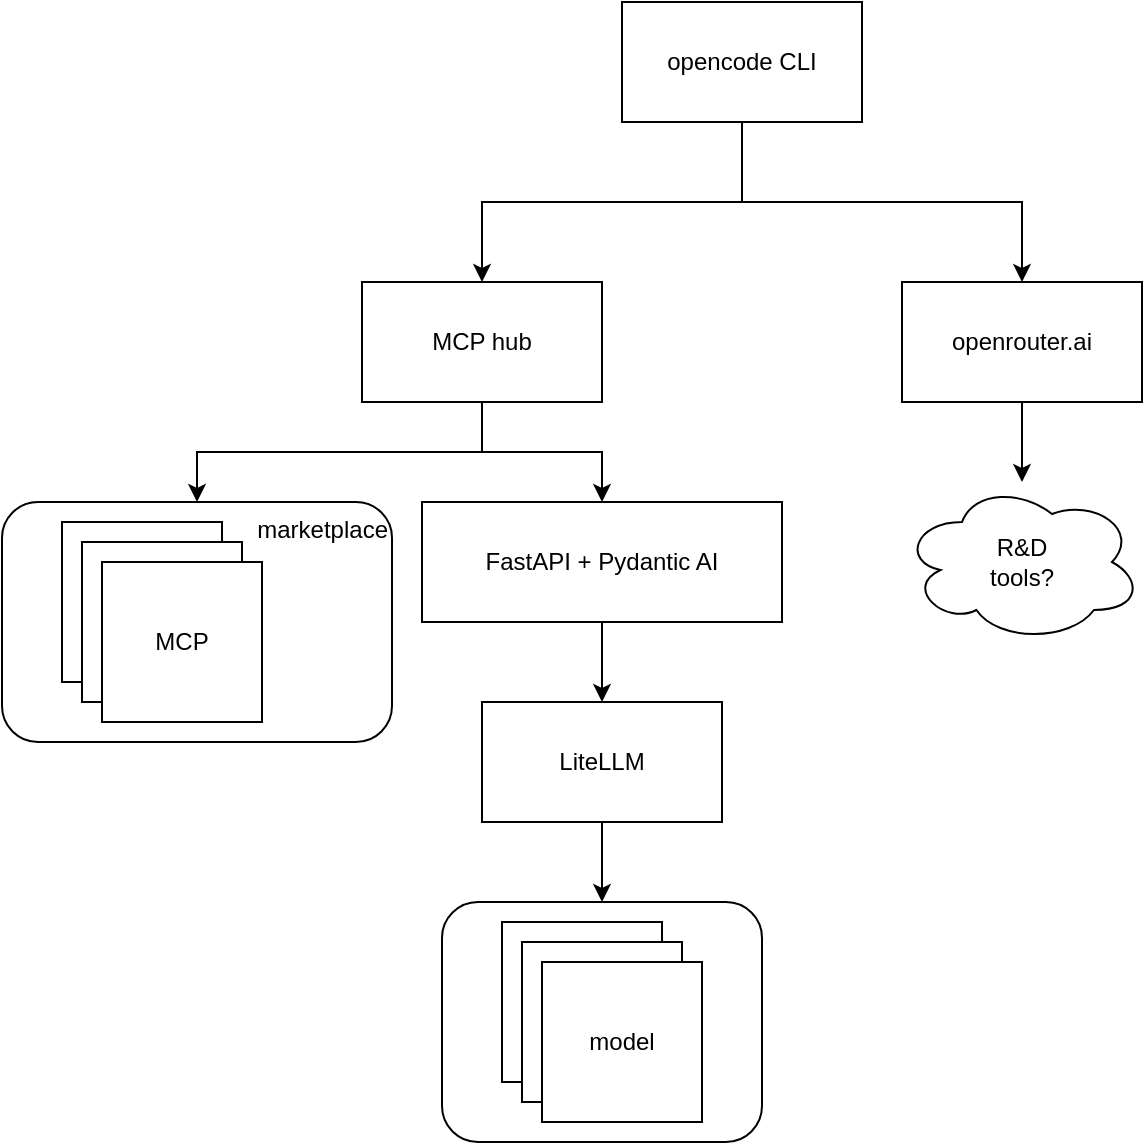
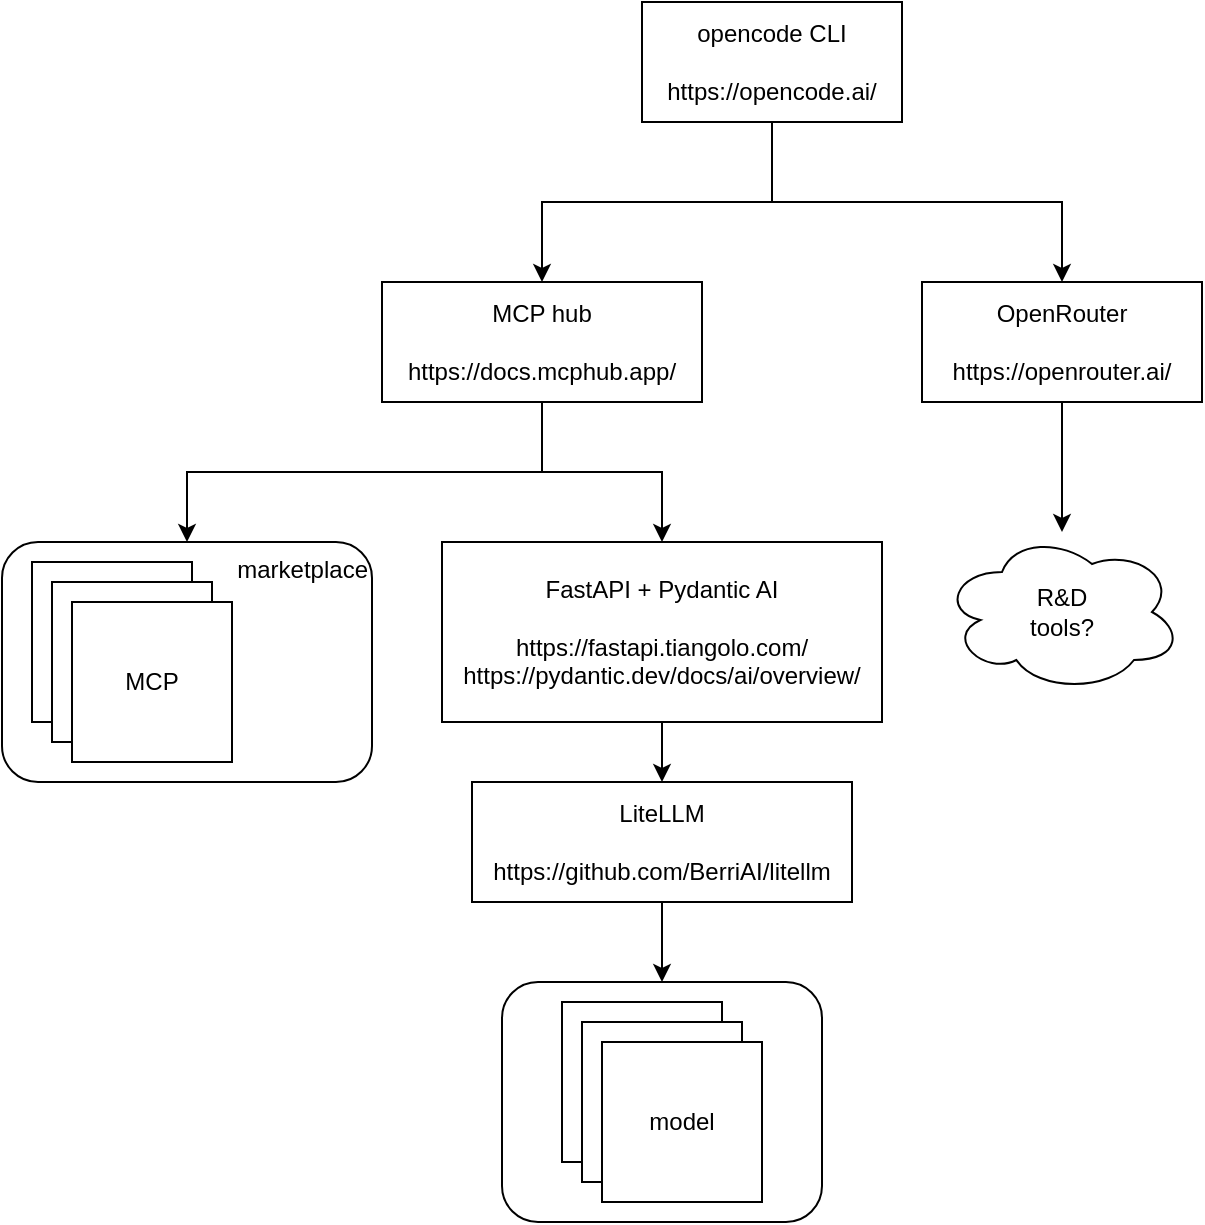
- <mxfile host="Electron">
-   <diagram name="Page-1" id="eoCcnYiY0moZGyWLbca1">
-     <mxGraphModel dx="1006" dy="748" grid="1" gridSize="10" guides="1" tooltips="1" connect="1" arrows="1" fold="1" page="1" pageScale="1" pageWidth="1169" pageHeight="827" math="0" shadow="0">
-       <root>
-         <mxCell id="0" />
-         <mxCell id="1" parent="0" />
-         <mxCell id="QunFR9r59bLeWJVrqa1z-16" parent="1" style="rounded=1;whiteSpace=wrap;html=1;" value="" vertex="1">
-           <mxGeometry height="120" width="160" x="270" y="530" as="geometry" />
-         </mxCell>
-         <mxCell id="QunFR9r59bLeWJVrqa1z-20" edge="1" parent="1" source="QunFR9r59bLeWJVrqa1z-1" style="edgeStyle=orthogonalEdgeStyle;rounded=0;orthogonalLoop=1;jettySize=auto;html=1;exitX=0.5;exitY=1;exitDx=0;exitDy=0;entryX=0.5;entryY=0;entryDx=0;entryDy=0;" target="QunFR9r59bLeWJVrqa1z-4">
-           <mxGeometry relative="1" as="geometry" />
-         </mxCell>
-         <mxCell id="QunFR9r59bLeWJVrqa1z-21" edge="1" parent="1" source="QunFR9r59bLeWJVrqa1z-1" style="edgeStyle=orthogonalEdgeStyle;rounded=0;orthogonalLoop=1;jettySize=auto;html=1;exitX=0.5;exitY=1;exitDx=0;exitDy=0;entryX=0.5;entryY=0;entryDx=0;entryDy=0;" target="QunFR9r59bLeWJVrqa1z-2">
-           <mxGeometry relative="1" as="geometry" />
-         </mxCell>
-         <mxCell id="QunFR9r59bLeWJVrqa1z-1" parent="1" style="rounded=0;whiteSpace=wrap;html=1;" value="opencode CLI" vertex="1">
-           <mxGeometry height="60" width="120" x="360" y="80" as="geometry" />
-         </mxCell>
-         <mxCell id="QunFR9r59bLeWJVrqa1z-22" edge="1" parent="1" source="QunFR9r59bLeWJVrqa1z-2" style="edgeStyle=orthogonalEdgeStyle;rounded=0;orthogonalLoop=1;jettySize=auto;html=1;exitX=0.5;exitY=1;exitDx=0;exitDy=0;" target="QunFR9r59bLeWJVrqa1z-3">
-           <mxGeometry relative="1" as="geometry" />
-         </mxCell>
-         <mxCell id="QunFR9r59bLeWJVrqa1z-2" parent="1" style="rounded=0;whiteSpace=wrap;html=1;" value="openrouter.ai" vertex="1">
-           <mxGeometry height="60" width="120" x="500" y="220" as="geometry" />
-         </mxCell>
-         <mxCell id="QunFR9r59bLeWJVrqa1z-3" parent="1" style="ellipse;shape=cloud;whiteSpace=wrap;html=1;" value="R&amp;amp;D&lt;div&gt;tools?&lt;/div&gt;" vertex="1">
-           <mxGeometry height="80" width="120" x="500" y="320" as="geometry" />
-         </mxCell>
-         <mxCell id="QunFR9r59bLeWJVrqa1z-17" edge="1" parent="1" source="QunFR9r59bLeWJVrqa1z-4" style="edgeStyle=orthogonalEdgeStyle;rounded=0;orthogonalLoop=1;jettySize=auto;html=1;exitX=0.5;exitY=1;exitDx=0;exitDy=0;entryX=0.5;entryY=0;entryDx=0;entryDy=0;" target="QunFR9r59bLeWJVrqa1z-5">
-           <mxGeometry relative="1" as="geometry" />
-         </mxCell>
-         <mxCell id="QunFR9r59bLeWJVrqa1z-28" edge="1" parent="1" source="QunFR9r59bLeWJVrqa1z-4" style="edgeStyle=orthogonalEdgeStyle;rounded=0;orthogonalLoop=1;jettySize=auto;html=1;exitX=0.5;exitY=1;exitDx=0;exitDy=0;entryX=0.5;entryY=0;entryDx=0;entryDy=0;" target="QunFR9r59bLeWJVrqa1z-23">
-           <mxGeometry relative="1" as="geometry" />
-         </mxCell>
-         <mxCell id="QunFR9r59bLeWJVrqa1z-4" parent="1" style="rounded=0;whiteSpace=wrap;html=1;" value="MCP hub" vertex="1">
-           <mxGeometry height="60" width="120" x="230" y="220" as="geometry" />
-         </mxCell>
-         <mxCell id="QunFR9r59bLeWJVrqa1z-18" edge="1" parent="1" source="QunFR9r59bLeWJVrqa1z-5" style="edgeStyle=orthogonalEdgeStyle;rounded=0;orthogonalLoop=1;jettySize=auto;html=1;exitX=0.5;exitY=1;exitDx=0;exitDy=0;entryX=0.5;entryY=0;entryDx=0;entryDy=0;" target="QunFR9r59bLeWJVrqa1z-7">
-           <mxGeometry relative="1" as="geometry" />
-         </mxCell>
-         <mxCell id="QunFR9r59bLeWJVrqa1z-5" parent="1" style="rounded=0;whiteSpace=wrap;html=1;" value="FastAPI + Pydantic AI" vertex="1">
-           <mxGeometry height="60" width="180" x="260" y="330" as="geometry" />
-         </mxCell>
-         <mxCell id="QunFR9r59bLeWJVrqa1z-19" edge="1" parent="1" source="QunFR9r59bLeWJVrqa1z-7" style="edgeStyle=orthogonalEdgeStyle;rounded=0;orthogonalLoop=1;jettySize=auto;html=1;exitX=0.5;exitY=1;exitDx=0;exitDy=0;entryX=0.5;entryY=0;entryDx=0;entryDy=0;" target="QunFR9r59bLeWJVrqa1z-16">
-           <mxGeometry relative="1" as="geometry" />
-         </mxCell>
-         <mxCell id="QunFR9r59bLeWJVrqa1z-7" parent="1" style="rounded=0;whiteSpace=wrap;html=1;" value="LiteLLM" vertex="1">
-           <mxGeometry height="60" width="120" x="290" y="430" as="geometry" />
-         </mxCell>
-         <mxCell id="QunFR9r59bLeWJVrqa1z-9" parent="1" style="whiteSpace=wrap;html=1;aspect=fixed;" value="M1" vertex="1">
-           <mxGeometry height="80" width="80" x="300" y="540" as="geometry" />
-         </mxCell>
-         <mxCell id="QunFR9r59bLeWJVrqa1z-12" parent="1" style="whiteSpace=wrap;html=1;aspect=fixed;" value="M1" vertex="1">
-           <mxGeometry height="80" width="80" x="310" y="550" as="geometry" />
-         </mxCell>
-         <mxCell id="QunFR9r59bLeWJVrqa1z-13" parent="1" style="whiteSpace=wrap;html=1;aspect=fixed;" value="model" vertex="1">
-           <mxGeometry height="80" width="80" x="320" y="560" as="geometry" />
-         </mxCell>
-         <mxCell id="QunFR9r59bLeWJVrqa1z-23" parent="1" style="rounded=1;whiteSpace=wrap;html=1;align=right;verticalAlign=top;" value="marketplace" vertex="1">
-           <mxGeometry height="120" width="195" x="50" y="330" as="geometry" />
-         </mxCell>
-         <mxCell id="QunFR9r59bLeWJVrqa1z-24" parent="1" style="whiteSpace=wrap;html=1;aspect=fixed;" value="M1" vertex="1">
-           <mxGeometry height="80" width="80" x="80" y="340" as="geometry" />
-         </mxCell>
-         <mxCell id="QunFR9r59bLeWJVrqa1z-25" parent="1" style="whiteSpace=wrap;html=1;aspect=fixed;" value="M1" vertex="1">
-           <mxGeometry height="80" width="80" x="90" y="350" as="geometry" />
-         </mxCell>
-         <mxCell id="QunFR9r59bLeWJVrqa1z-26" parent="1" style="whiteSpace=wrap;html=1;aspect=fixed;" value="MCP" vertex="1">
-           <mxGeometry height="80" width="80" x="100" y="360" as="geometry" />
-         </mxCell>
-       </root>
-     </mxGraphModel>
-   </diagram>
- </mxfile>
+ <mxfile host="65bd71144e">
+     <diagram name="Page-1" id="eoCcnYiY0moZGyWLbca1">
+         <mxGraphModel dx="1262" dy="882" grid="1" gridSize="10" guides="1" tooltips="1" connect="1" arrows="1" fold="1" page="1" pageScale="1" pageWidth="1169" pageHeight="827" math="0" shadow="0">
+             <root>
+                 <mxCell id="0"/>
+                 <mxCell id="1" parent="0"/>
+                 <mxCell id="QunFR9r59bLeWJVrqa1z-16" value="" style="rounded=1;whiteSpace=wrap;html=1;" parent="1" vertex="1">
+                     <mxGeometry x="535" y="599" width="160" height="120" as="geometry"/>
+                 </mxCell>
+                 <mxCell id="QunFR9r59bLeWJVrqa1z-20" style="edgeStyle=orthogonalEdgeStyle;rounded=0;orthogonalLoop=1;jettySize=auto;html=1;exitX=0.5;exitY=1;exitDx=0;exitDy=0;entryX=0.5;entryY=0;entryDx=0;entryDy=0;" parent="1" source="QunFR9r59bLeWJVrqa1z-1" target="QunFR9r59bLeWJVrqa1z-4" edge="1">
+                     <mxGeometry relative="1" as="geometry"/>
+                 </mxCell>
+                 <mxCell id="QunFR9r59bLeWJVrqa1z-21" style="edgeStyle=orthogonalEdgeStyle;rounded=0;orthogonalLoop=1;jettySize=auto;html=1;exitX=0.5;exitY=1;exitDx=0;exitDy=0;entryX=0.5;entryY=0;entryDx=0;entryDy=0;" parent="1" source="QunFR9r59bLeWJVrqa1z-1" target="QunFR9r59bLeWJVrqa1z-2" edge="1">
+                     <mxGeometry relative="1" as="geometry"/>
+                 </mxCell>
+                 <mxCell id="QunFR9r59bLeWJVrqa1z-1" value="opencode CLI&lt;br&gt;&lt;br&gt;https://opencode.ai/" style="rounded=0;whiteSpace=wrap;html=1;" parent="1" vertex="1">
+                     <mxGeometry x="605" y="109" width="130" height="60" as="geometry"/>
+                 </mxCell>
+                 <mxCell id="QunFR9r59bLeWJVrqa1z-22" style="edgeStyle=orthogonalEdgeStyle;rounded=0;orthogonalLoop=1;jettySize=auto;html=1;exitX=0.5;exitY=1;exitDx=0;exitDy=0;" parent="1" source="QunFR9r59bLeWJVrqa1z-2" target="QunFR9r59bLeWJVrqa1z-3" edge="1">
+                     <mxGeometry relative="1" as="geometry"/>
+                 </mxCell>
+                 <mxCell id="QunFR9r59bLeWJVrqa1z-2" value="OpenRouter&lt;br&gt;&lt;br&gt;https://openrouter.ai/" style="rounded=0;whiteSpace=wrap;html=1;" parent="1" vertex="1">
+                     <mxGeometry x="745" y="249" width="140" height="60" as="geometry"/>
+                 </mxCell>
+                 <mxCell id="QunFR9r59bLeWJVrqa1z-3" value="R&amp;amp;D&lt;div&gt;tools?&lt;/div&gt;" style="ellipse;shape=cloud;whiteSpace=wrap;html=1;" parent="1" vertex="1">
+                     <mxGeometry x="755" y="374" width="120" height="80" as="geometry"/>
+                 </mxCell>
+                 <mxCell id="QunFR9r59bLeWJVrqa1z-17" style="edgeStyle=orthogonalEdgeStyle;rounded=0;orthogonalLoop=1;jettySize=auto;html=1;exitX=0.5;exitY=1;exitDx=0;exitDy=0;entryX=0.5;entryY=0;entryDx=0;entryDy=0;" parent="1" source="QunFR9r59bLeWJVrqa1z-4" target="QunFR9r59bLeWJVrqa1z-5" edge="1">
+                     <mxGeometry relative="1" as="geometry"/>
+                 </mxCell>
+                 <mxCell id="QunFR9r59bLeWJVrqa1z-28" style="edgeStyle=orthogonalEdgeStyle;rounded=0;orthogonalLoop=1;jettySize=auto;html=1;exitX=0.5;exitY=1;exitDx=0;exitDy=0;entryX=0.5;entryY=0;entryDx=0;entryDy=0;" parent="1" source="QunFR9r59bLeWJVrqa1z-4" target="QunFR9r59bLeWJVrqa1z-23" edge="1">
+                     <mxGeometry relative="1" as="geometry"/>
+                 </mxCell>
+                 <mxCell id="QunFR9r59bLeWJVrqa1z-4" value="MCP hub&lt;br&gt;&lt;br&gt;https://docs.mcphub.app/" style="rounded=0;whiteSpace=wrap;html=1;" parent="1" vertex="1">
+                     <mxGeometry x="475" y="249" width="160" height="60" as="geometry"/>
+                 </mxCell>
+                 <mxCell id="QunFR9r59bLeWJVrqa1z-18" style="edgeStyle=orthogonalEdgeStyle;rounded=0;orthogonalLoop=1;jettySize=auto;html=1;exitX=0.5;exitY=1;exitDx=0;exitDy=0;entryX=0.5;entryY=0;entryDx=0;entryDy=0;" parent="1" source="QunFR9r59bLeWJVrqa1z-5" target="QunFR9r59bLeWJVrqa1z-7" edge="1">
+                     <mxGeometry relative="1" as="geometry">
+                         <mxPoint x="635" y="489" as="sourcePoint"/>
+                     </mxGeometry>
+                 </mxCell>
+                 <mxCell id="QunFR9r59bLeWJVrqa1z-5" value="FastAPI + Pydantic AI&lt;br&gt;&lt;br&gt;https://fastapi.tiangolo.com/&lt;br&gt;https://pydantic.dev/docs/ai/overview/" style="rounded=0;whiteSpace=wrap;html=1;" parent="1" vertex="1">
+                     <mxGeometry x="505" y="379" width="220" height="90" as="geometry"/>
+                 </mxCell>
+                 <mxCell id="QunFR9r59bLeWJVrqa1z-19" style="edgeStyle=orthogonalEdgeStyle;rounded=0;orthogonalLoop=1;jettySize=auto;html=1;exitX=0.5;exitY=1;exitDx=0;exitDy=0;entryX=0.5;entryY=0;entryDx=0;entryDy=0;" parent="1" source="QunFR9r59bLeWJVrqa1z-7" target="QunFR9r59bLeWJVrqa1z-16" edge="1">
+                     <mxGeometry relative="1" as="geometry"/>
+                 </mxCell>
+                 <mxCell id="QunFR9r59bLeWJVrqa1z-7" value="LiteLLM&lt;br&gt;&lt;br&gt;https://github.com/BerriAI/litellm" style="rounded=0;whiteSpace=wrap;html=1;" parent="1" vertex="1">
+                     <mxGeometry x="520" y="499" width="190" height="60" as="geometry"/>
+                 </mxCell>
+                 <mxCell id="QunFR9r59bLeWJVrqa1z-9" value="M1" style="whiteSpace=wrap;html=1;aspect=fixed;" parent="1" vertex="1">
+                     <mxGeometry x="565" y="609" width="80" height="80" as="geometry"/>
+                 </mxCell>
+                 <mxCell id="QunFR9r59bLeWJVrqa1z-12" value="M1" style="whiteSpace=wrap;html=1;aspect=fixed;" parent="1" vertex="1">
+                     <mxGeometry x="575" y="619" width="80" height="80" as="geometry"/>
+                 </mxCell>
+                 <mxCell id="QunFR9r59bLeWJVrqa1z-13" value="model" style="whiteSpace=wrap;html=1;aspect=fixed;" parent="1" vertex="1">
+                     <mxGeometry x="585" y="629" width="80" height="80" as="geometry"/>
+                 </mxCell>
+                 <mxCell id="QunFR9r59bLeWJVrqa1z-23" value="marketplace" style="rounded=1;whiteSpace=wrap;html=1;align=right;verticalAlign=top;" parent="1" vertex="1">
+                     <mxGeometry x="285" y="379" width="185" height="120" as="geometry"/>
+                 </mxCell>
+                 <mxCell id="QunFR9r59bLeWJVrqa1z-24" value="M1" style="whiteSpace=wrap;html=1;aspect=fixed;" parent="1" vertex="1">
+                     <mxGeometry x="300" y="389" width="80" height="80" as="geometry"/>
+                 </mxCell>
+                 <mxCell id="QunFR9r59bLeWJVrqa1z-25" value="M1" style="whiteSpace=wrap;html=1;aspect=fixed;" parent="1" vertex="1">
+                     <mxGeometry x="310" y="399" width="80" height="80" as="geometry"/>
+                 </mxCell>
+                 <mxCell id="QunFR9r59bLeWJVrqa1z-26" value="MCP" style="whiteSpace=wrap;html=1;aspect=fixed;" parent="1" vertex="1">
+                     <mxGeometry x="320" y="409" width="80" height="80" as="geometry"/>
+                 </mxCell>
+             </root>
+         </mxGraphModel>
+     </diagram>
+ </mxfile>